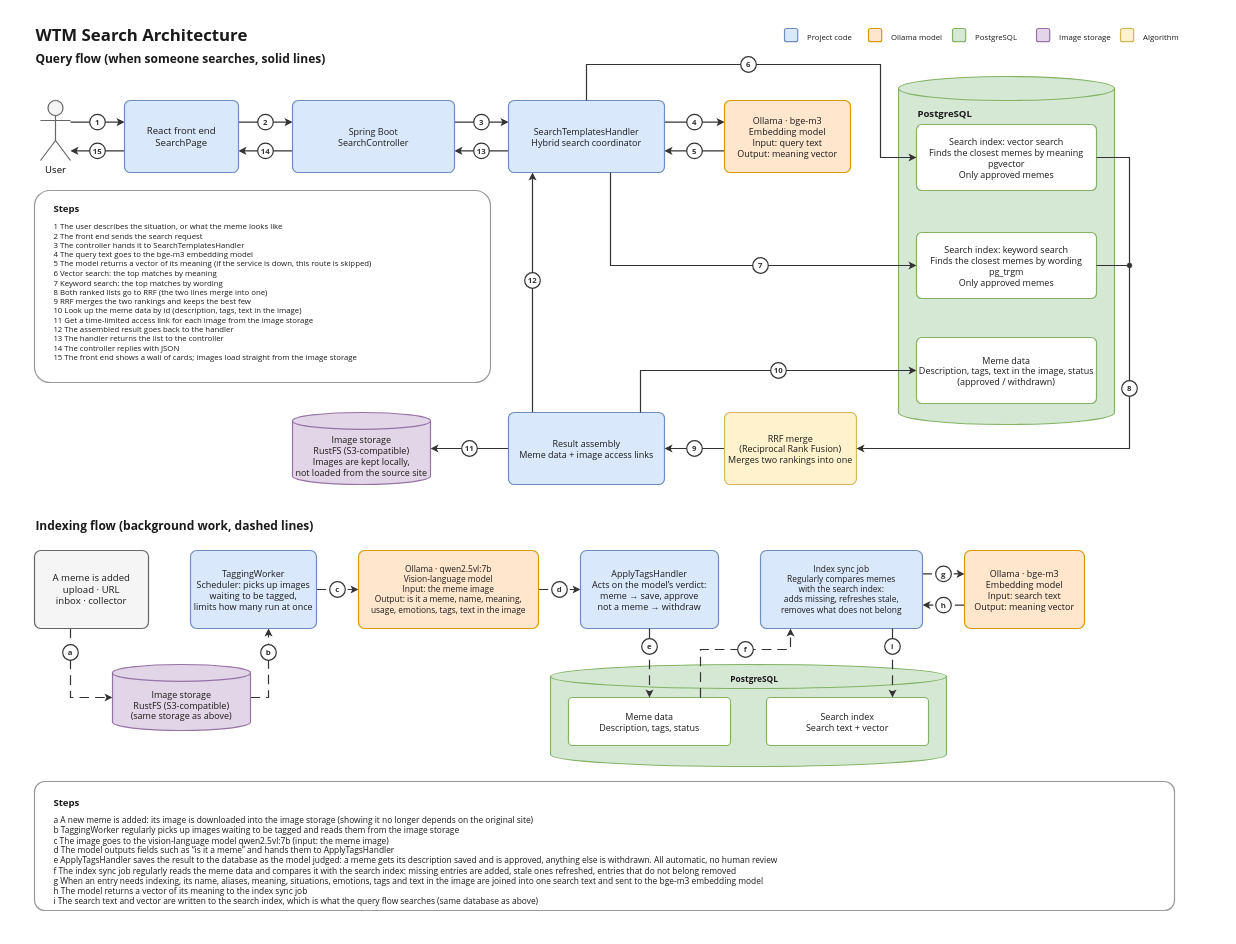
Earlier version of the draw.io diagram docs/images/search-architecture.en.drawio (chun-wei0413/WTM). Source tidied: cells renumbered, new cells numbered last; positions are measured from the earlier drawing's top-left corner, leaving out a move shared by most shapes. Both pictures are drawn from the tidied source at 60%, with x=0, y=0 at pixel (10, 10).
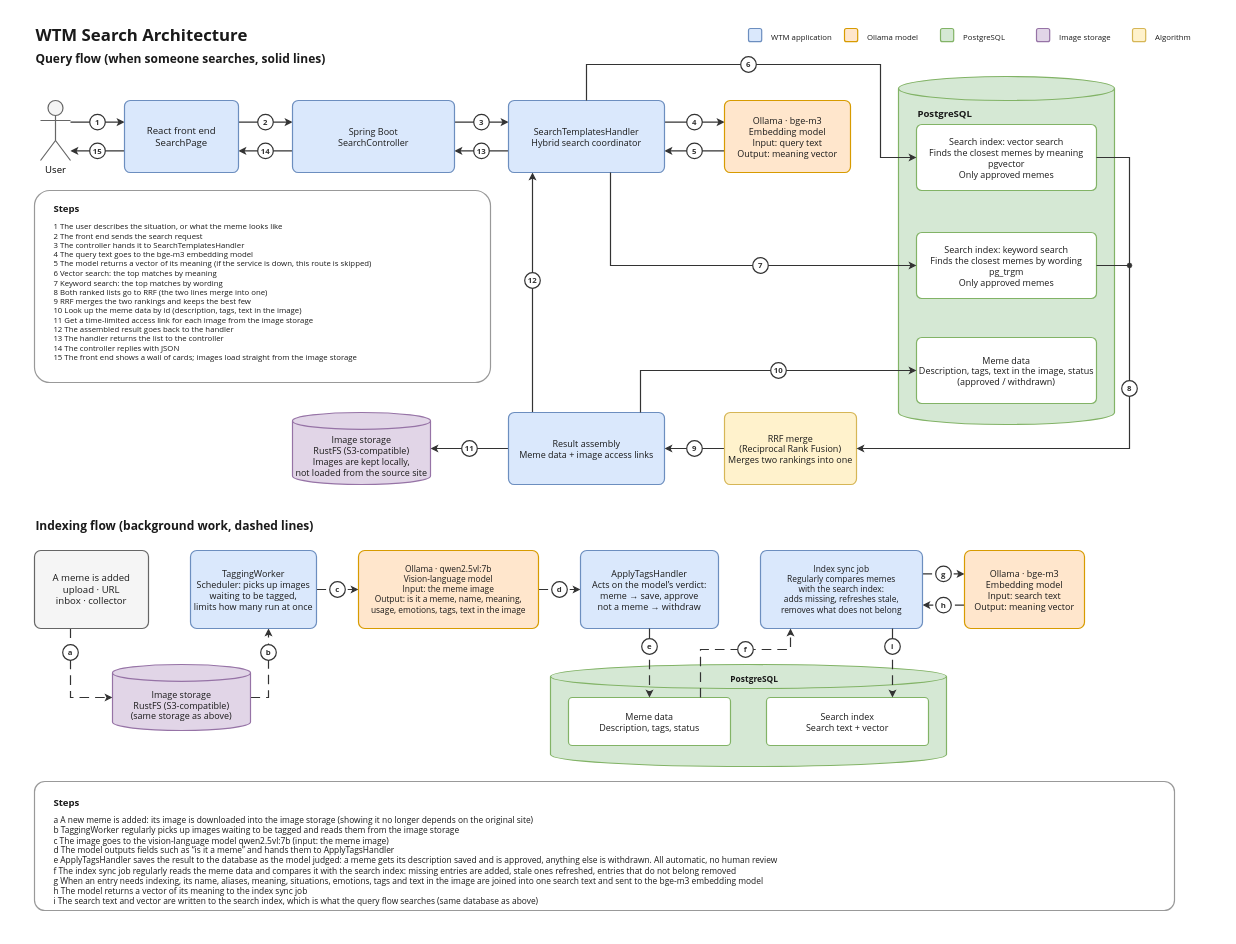
After the change.

Commit message (it also covers changes not shown here):
[Documentation] Rename the blue legend entry in the architecture diagrams

Diff of the diagram source:
```diff
@@
     <mxCell id="53" style="rounded=1;whiteSpace=wrap;html=1;fillColor=#dae8fc;strokeColor=#6c8ebf;strokeWidth=2;" parent="1" vertex="1">
-      <mxGeometry x="1290" y="30" width="22" height="22" as="geometry" />
+      <mxGeometry x="1230" y="30" width="22" height="22" as="geometry" />
     </mxCell>
-    <mxCell id="54" value="Project code" style="text;html=1;whiteSpace=wrap;verticalAlign=top;align=left;fontSize=13;fontFamily=Segoe UI;fontColor=#1a1a1a;fontStyle=0;spacingLeft=0;spacingTop=0;" parent="1" vertex="1">
-      <mxGeometry x="1326" y="31" width="100" height="22" as="geometry" />
+    <mxCell id="54" value="WTM application" style="text;html=1;whiteSpace=wrap;verticalAlign=top;align=left;fontSize=13;fontFamily=Segoe UI;fontColor=#1a1a1a;fontStyle=0;spacingLeft=0;spacingTop=0;" parent="1" vertex="1">
+      <mxGeometry x="1266" y="31" width="120" height="22" as="geometry" />
     </mxCell>
     <mxCell id="55" style="rounded=1;whiteSpace=wrap;html=1;fillColor=#ffe6cc;strokeColor=#d79b00;strokeWidth=2;" parent="1" vertex="1">
-      <mxGeometry x="1430" y="30" width="22" height="22" as="geometry" />
+      <mxGeometry x="1390" y="30" width="22" height="22" as="geometry" />
     </mxCell>
     <mxCell id="56" value="Ollama model" style="text;html=1;whiteSpace=wrap;verticalAlign=top;align=left;fontSize=13;fontFamily=Segoe UI;fontColor=#1a1a1a;fontStyle=0;spacingLeft=0;spacingTop=0;" parent="1" vertex="1">
-      <mxGeometry x="1466" y="31" width="100" height="22" as="geometry" />
+      <mxGeometry x="1426" y="31" width="120" height="22" as="geometry" />
     </mxCell>
     <mxCell id="57" style="rounded=1;whiteSpace=wrap;html=1;fillColor=#d5e8d4;strokeColor=#82b366;strokeWidth=2;" parent="1" vertex="1">
-      <mxGeometry x="1570" y="30" width="22" height="22" as="geometry" />
+      <mxGeometry x="1550" y="30" width="22" height="22" as="geometry" />
     </mxCell>
     <mxCell id="58" value="PostgreSQL" style="text;html=1;whiteSpace=wrap;verticalAlign=top;align=left;fontSize=13;fontFamily=Segoe UI;fontColor=#1a1a1a;fontStyle=0;spacingLeft=0;spacingTop=0;" parent="1" vertex="1">
-      <mxGeometry x="1606" y="31" width="100" height="22" as="geometry" />
+      <mxGeometry x="1586" y="31" width="120" height="22" as="geometry" />
     </mxCell>
@@
     <mxCell id="60" value="Image storage" style="text;html=1;whiteSpace=wrap;verticalAlign=top;align=left;fontSize=13;fontFamily=Segoe UI;fontColor=#1a1a1a;fontStyle=0;spacingLeft=0;spacingTop=0;" parent="1" vertex="1">
-      <mxGeometry x="1746" y="31" width="100" height="22" as="geometry" />
+      <mxGeometry x="1746" y="31" width="120" height="22" as="geometry" />
     </mxCell>
     <mxCell id="61" style="rounded=1;whiteSpace=wrap;html=1;fillColor=#fff2cc;strokeColor=#d6b656;strokeWidth=2;" parent="1" vertex="1">
-      <mxGeometry x="1850" y="30" width="22" height="22" as="geometry" />
+      <mxGeometry x="1870" y="30" width="22" height="22" as="geometry" />
     </mxCell>
     <mxCell id="62" value="Algorithm" style="text;html=1;whiteSpace=wrap;verticalAlign=top;align=left;fontSize=13;fontFamily=Segoe UI;fontColor=#1a1a1a;fontStyle=0;spacingLeft=0;spacingTop=0;" parent="1" vertex="1">
-      <mxGeometry x="1886" y="31" width="100" height="22" as="geometry" />
+      <mxGeometry x="1906" y="31" width="120" height="22" as="geometry" />
     </mxCell>
```
